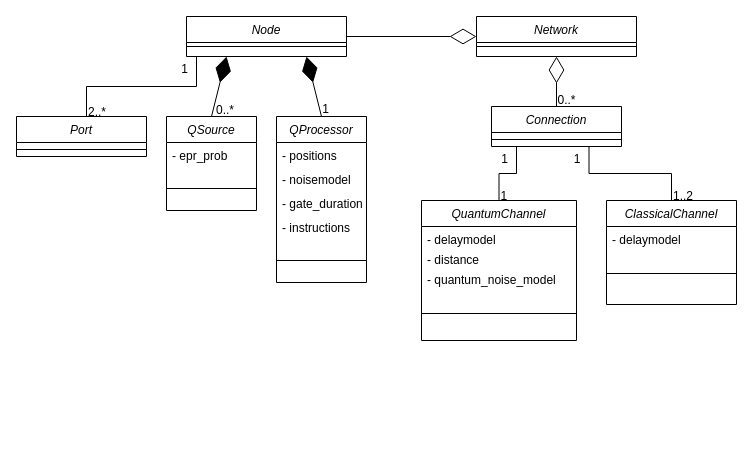
davidpcuvigo/quantumcity keeps this draw.io diagram as Diagramas/Clase/Network.drawio. Above is the earlier version. Source tidied: cells renumbered, new cells numbered last; positions are measured from the earlier drawing's top-left corner, leaving out a move shared by most shapes. Both pictures are drawn from the tidied source at 100%, with x=0, y=0 at pixel (16, 16).
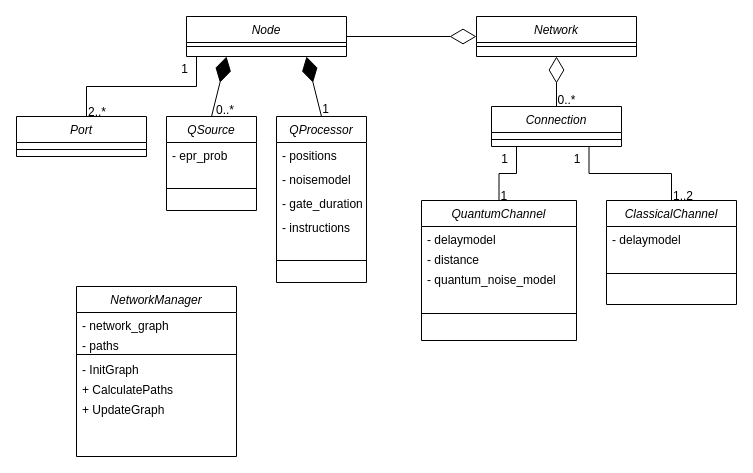
After the change.

Commit message (it also covers changes not shown here):
Diagramas de clase

The edit, as a diff of the source:
```diff
@@
+    <mxCell id="43" value="NetworkManager" style="swimlane;fontStyle=2;align=center;verticalAlign=top;horizontal=1;startSize=26;rounded=0;shadow=0;strokeWidth=1;" parent="1" vertex="1">
+      <mxGeometry x="60" y="270" width="160" height="170" as="geometry" />
+    </mxCell>
+    <mxCell id="44" value="- network_graph" style="text;align=left;verticalAlign=top;spacingLeft=4;spacingRight=4;overflow=hidden;" parent="43" vertex="1">
+      <mxGeometry y="26" width="160" height="20" as="geometry" />
+    </mxCell>
+    <mxCell id="45" value="- paths" style="text;align=left;verticalAlign=top;spacingLeft=4;spacingRight=4;overflow=hidden;" parent="43" vertex="1">
+      <mxGeometry y="46" width="160" height="20" as="geometry" />
+    </mxCell>
+    <mxCell id="46" style="line;html=1;strokeWidth=1;align=left;verticalAlign=middle;spacingTop=-1;spacingLeft=3;spacingRight=3;labelPosition=right;" parent="43" vertex="1">
+      <mxGeometry y="66" width="160" height="4" as="geometry" />
+    </mxCell>
+    <mxCell id="47" value="- InitGraph" style="text;align=left;verticalAlign=top;spacingLeft=4;spacingRight=4;overflow=hidden;" parent="43" vertex="1">
+      <mxGeometry y="70" width="160" height="20" as="geometry" />
+    </mxCell>
+    <mxCell id="48" value="+ CalculatePaths" style="text;align=left;verticalAlign=top;spacingLeft=4;spacingRight=4;overflow=hidden;" parent="43" vertex="1">
+      <mxGeometry y="90" width="160" height="20" as="geometry" />
+    </mxCell>
+    <mxCell id="49" value="+ UpdateGraph" style="text;align=left;verticalAlign=top;spacingLeft=4;spacingRight=4;overflow=hidden;" parent="43" vertex="1">
+      <mxGeometry y="110" width="160" height="20" as="geometry" />
+    </mxCell>
```
